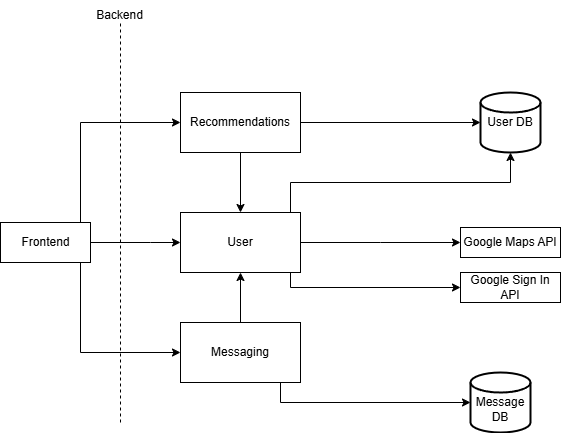
The draw.io diagram documentation/images/Dependency_diagram.png in TrailBlazersInc/TrailBlazers, before a commit. Source tidied: cells renumbered, new cells last; positions are measured from the earlier drawing's top-left corner, leaving out a move shared by most shapes.
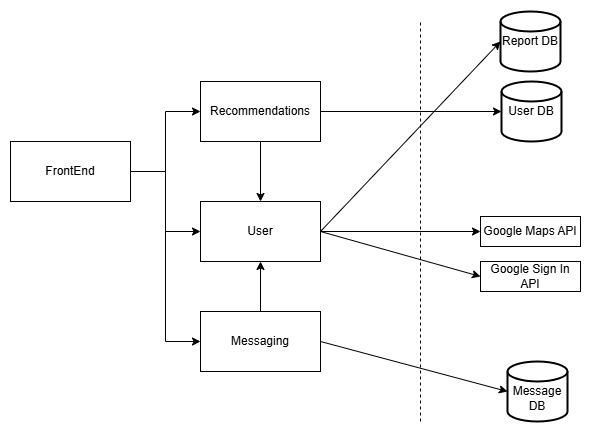
After the change.

The edit, as a diff of the source:
```diff
@@ -2,65 +2,15 @@
   <root>
     <mxCell id="0" />
     <mxCell id="1" parent="0" />
-    <mxCell id="2" style="edgeStyle=orthogonalEdgeStyle;rounded=0;jettySize=auto;html=1;" parent="1" edge="1" source="5" target="7">
-      <mxGeometry relative="1" as="geometry">
-        <Array as="points">
-          <mxPoint x="150" y="242" />
-          <mxPoint x="150" y="242" />
-        </Array>
-      </mxGeometry>
-    </mxCell>
-    <mxCell id="3" style="edgeStyle=orthogonalEdgeStyle;rounded=0;jettySize=auto;html=1;entryX=0;entryY=0.5;entryDx=0;entryDy=0;" parent="1" edge="1" source="5" target="10">
-      <mxGeometry relative="1" as="geometry">
-        <Array as="points">
-          <mxPoint x="80" y="352" />
-        </Array>
-      </mxGeometry>
-    </mxCell>
-    <mxCell id="4" style="edgeStyle=orthogonalEdgeStyle;rounded=0;jettySize=auto;html=1;entryX=0;entryY=0.5;entryDx=0;entryDy=0;" parent="1" edge="1" target="13">
-      <mxGeometry relative="1" as="geometry">
-        <mxPoint x="50" y="242" as="sourcePoint" />
-        <Array as="points">
-          <mxPoint x="50" y="243" />
-          <mxPoint x="80" y="243" />
-          <mxPoint x="80" y="122" />
-        </Array>
-      </mxGeometry>
-    </mxCell>
-    <mxCell id="5" value="Frontend" style="verticalLabelPosition=middle;verticalAlign=middle;html=1;shape=mxgraph.basic.rect;fillColor2=none;strokeWidth=1;size=20;indent=5;labelPosition=center;align=center;" parent="1" vertex="1">
-      <mxGeometry y="222" width="90" height="40" as="geometry" />
-    </mxCell>
-    <mxCell id="6" style="edgeStyle=orthogonalEdgeStyle;rounded=0;jettySize=auto;html=1;entryX=0;entryY=0.5;entryDx=0;entryDy=0;" parent="1" edge="1" source="7" target="19">
-      <mxGeometry relative="1" as="geometry">
-        <Array as="points">
-          <mxPoint x="290" y="287" />
-        </Array>
-      </mxGeometry>
-    </mxCell>
     <mxCell id="7" value="User" style="whiteSpace=wrap;html=1;strokeWidth=1;" parent="1" vertex="1">
       <mxGeometry x="180" y="212" width="120" height="60" as="geometry" />
     </mxCell>
-    <mxCell id="8" style="edgeStyle=orthogonalEdgeStyle;rounded=0;jettySize=auto;html=1;" parent="1" edge="1" source="10" target="17">
-      <mxGeometry relative="1" as="geometry">
-        <Array as="points">
-          <mxPoint x="280" y="402" />
-        </Array>
-      </mxGeometry>
-    </mxCell>
     <mxCell id="9" style="edgeStyle=orthogonalEdgeStyle;rounded=0;jettySize=auto;html=1;" parent="1" edge="1" source="10" target="7">
       <mxGeometry relative="1" as="geometry" />
     </mxCell>
     <mxCell id="10" value="Messaging" style="whiteSpace=wrap;html=1;strokeWidth=1;" parent="1" vertex="1">
       <mxGeometry x="180" y="322" width="120" height="60" as="geometry" />
     </mxCell>
-    <mxCell id="11" style="edgeStyle=orthogonalEdgeStyle;rounded=0;jettySize=auto;html=1;entryX=0;entryY=0.5;entryDx=0;entryDy=0;exitX=1;exitY=0.5;exitDx=0;exitDy=0;" parent="1" edge="1" source="7" target="18">
-      <mxGeometry relative="1" as="geometry">
-        <Array as="points">
-          <mxPoint x="380" y="242" />
-          <mxPoint x="380" y="242" />
-        </Array>
-      </mxGeometry>
-    </mxCell>
     <mxCell id="12" style="edgeStyle=orthogonalEdgeStyle;rounded=0;jettySize=auto;html=1;" parent="1" edge="1" source="13" target="7">
       <mxGeometry relative="1" as="geometry" />
     </mxCell>
@@ -68,21 +18,10 @@
       <mxGeometry x="180" y="92" width="120" height="60" as="geometry" />
     </mxCell>
     <mxCell id="14" value="User DB" style="strokeWidth=2;html=1;shape=mxgraph.flowchart.database;whiteSpace=wrap;" parent="1" vertex="1">
-      <mxGeometry x="480" y="92" width="60" height="60" as="geometry" />
+      <mxGeometry x="481" y="92" width="60" height="60" as="geometry" />
     </mxCell>
-    <mxCell id="15" style="edgeStyle=orthogonalEdgeStyle;rounded=0;jettySize=auto;html=1;entryX=0.5;entryY=1;entryDx=0;entryDy=0;entryPerimeter=0;" parent="1" edge="1" source="7" target="14">
-      <mxGeometry relative="1" as="geometry">
-        <Array as="points">
-          <mxPoint x="290" y="182" />
-          <mxPoint x="510" y="182" />
-        </Array>
-      </mxGeometry>
-    </mxCell>
-    <mxCell id="16" style="edgeStyle=orthogonalEdgeStyle;rounded=0;jettySize=auto;html=1;entryX=0;entryY=0.5;entryDx=0;entryDy=0;entryPerimeter=0;exitX=1;exitY=0.5;exitDx=0;exitDy=0;" parent="1" edge="1" source="13" target="14">
-      <mxGeometry relative="1" as="geometry" />
-    </mxCell>
     <mxCell id="17" value="&lt;div&gt;&lt;br&gt;&lt;/div&gt;Message DB" style="strokeWidth=2;html=1;shape=mxgraph.flowchart.database;whiteSpace=wrap;" parent="1" vertex="1">
-      <mxGeometry x="470" y="372" width="60" height="60" as="geometry" />
+      <mxGeometry x="487" y="372" width="60" height="60" as="geometry" />
     </mxCell>
     <mxCell id="18" value="Google Maps API" style="whiteSpace=wrap;html=1;strokeWidth=1;" parent="1" vertex="1">
       <mxGeometry x="460" y="227" width="100" height="30" as="geometry" />
@@ -92,12 +31,47 @@
     </mxCell>
     <mxCell id="20" style="endArrow=none;dashed=1;html=1;rounded=0;" parent="1" edge="1">
       <mxGeometry relative="1" as="geometry">
-        <mxPoint x="120" y="422" as="sourcePoint" />
-        <mxPoint x="120" y="22" as="targetPoint" />
+        <mxPoint x="400" y="432" as="sourcePoint" />
+        <mxPoint x="400" y="32" as="targetPoint" />
       </mxGeometry>
     </mxCell>
-    <mxCell id="21" value="Backend" style="text;html=1;align=center;verticalAlign=middle;strokeColor=none;fillColor=none;" parent="1" vertex="1">
-      <mxGeometry x="84" width="70" height="30" as="geometry" />
-    </mxCell>
+    <mxCell id="22" style="edgeStyle=orthogonalEdgeStyle;rounded=0;jettySize=auto;html=1;exitX=1;exitY=0.5;exitDx=0;exitDy=0;" parent="1" edge="1" source="25" target="13">
+      <mxGeometry relative="1" as="geometry" />
+    </mxCell>
+    <mxCell id="23" style="edgeStyle=orthogonalEdgeStyle;rounded=0;jettySize=auto;html=1;exitX=1;exitY=0.5;exitDx=0;exitDy=0;entryX=0;entryY=0.5;entryDx=0;entryDy=0;" parent="1" edge="1" source="25" target="7">
+      <mxGeometry relative="1" as="geometry" />
+    </mxCell>
+    <mxCell id="24" style="edgeStyle=orthogonalEdgeStyle;rounded=0;jettySize=auto;html=1;exitX=1;exitY=0.5;exitDx=0;exitDy=0;entryX=0;entryY=0.5;entryDx=0;entryDy=0;" parent="1" edge="1" source="25" target="10">
+      <mxGeometry relative="1" as="geometry" />
+    </mxCell>
+    <mxCell id="25" value="FrontEnd" style="whiteSpace=wrap;html=1;strokeWidth=1;" parent="1" vertex="1">
+      <mxGeometry x="-10" y="152" width="120" height="60" as="geometry" />
+    </mxCell>
+    <mxCell id="26" value="Report DB" style="strokeWidth=2;html=1;shape=mxgraph.flowchart.database;whiteSpace=wrap;" parent="1" vertex="1">
+      <mxGeometry x="480" y="22" width="60" height="60" as="geometry" />
+    </mxCell>
+    <mxCell id="8" style="endArrow=classic;html=1;rounded=0;entryX=0;entryY=0.5;entryDx=0;entryDy=0;entryPerimeter=0;exitX=1;exitY=0.5;exitDx=0;exitDy=0;" parent="1" edge="1" source="10" target="17">
+      <mxGeometry relative="1" as="geometry" />
+    </mxCell>
+    <mxCell id="27" style="endArrow=classic;html=1;rounded=0;entryX=0;entryY=0.5;entryDx=0;entryDy=0;exitX=1;exitY=0.5;exitDx=0;exitDy=0;" parent="1" edge="1" target="19">
+      <mxGeometry relative="1" as="geometry">
+        <mxPoint x="300" y="242" as="sourcePoint" />
+      </mxGeometry>
+    </mxCell>
+    <mxCell id="28" style="endArrow=classic;html=1;rounded=0;entryX=0;entryY=0.5;entryDx=0;entryDy=0;exitX=1;exitY=0.5;exitDx=0;exitDy=0;" parent="1" edge="1" target="18">
+      <mxGeometry relative="1" as="geometry">
+        <mxPoint x="300" y="242" as="sourcePoint" />
+      </mxGeometry>
+    </mxCell>
+    <mxCell id="29" style="endArrow=classic;html=1;rounded=0;entryX=0;entryY=0.5;entryDx=0;entryDy=0;exitX=1;exitY=0.5;exitDx=0;exitDy=0;entryPerimeter=0;" parent="1" edge="1" target="14">
+      <mxGeometry relative="1" as="geometry">
+        <mxPoint x="300" y="122" as="sourcePoint" />
+      </mxGeometry>
+    </mxCell>
+    <mxCell id="30" style="endArrow=classic;html=1;rounded=0;entryX=0;entryY=0.5;entryDx=0;entryDy=0;entryPerimeter=0;" parent="1" edge="1" target="26">
+      <mxGeometry relative="1" as="geometry">
+        <mxPoint x="300" y="242" as="sourcePoint" />
+      </mxGeometry>
+    </mxCell>
   </root>
 </mxGraphModel>
```
